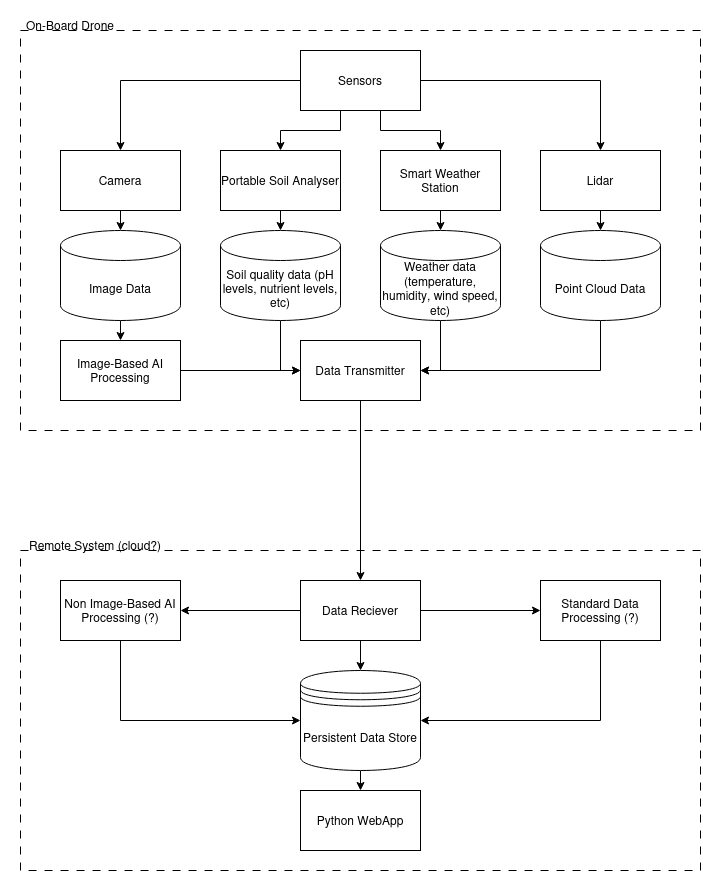
This is documentation/system_design/system_design_v1.drawio.png from Xychic/GPIG_Project, a draw.io export, as it was before one commit. Source tidied: cells renumbered, new cells last; positions are measured from the earlier drawing's top-left corner, leaving out a move shared by most shapes.
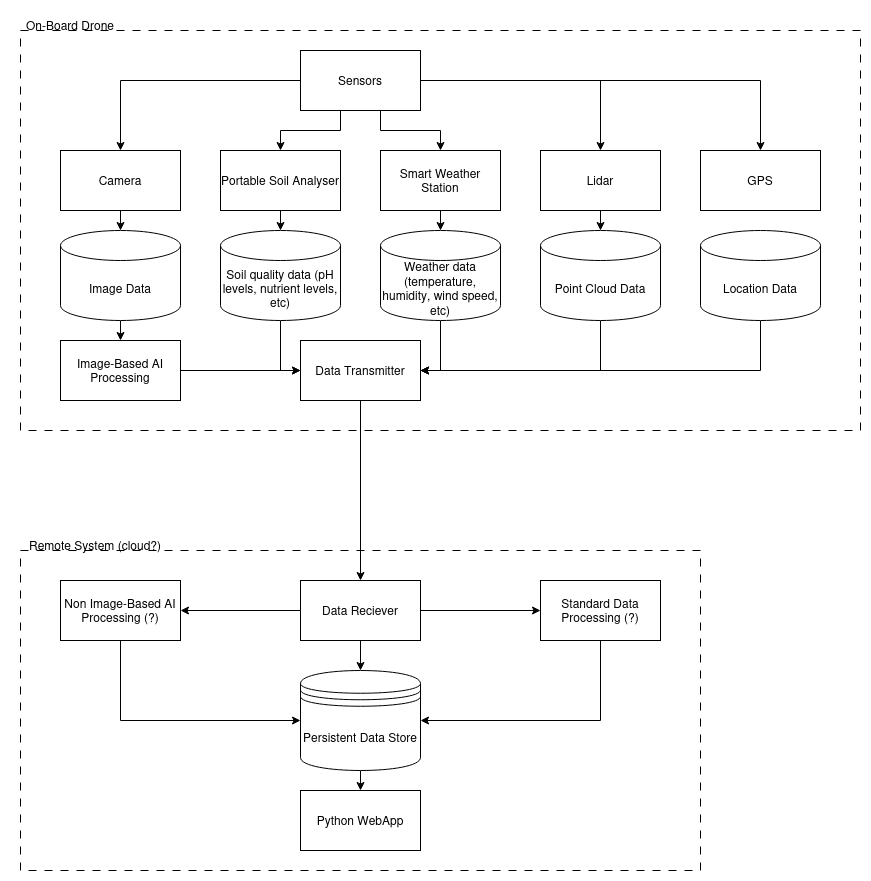
After the change.

Commit message:
feature/added_gps_data

The edit, as a diff of the source:
```diff
@@ -3,7 +3,7 @@
     <mxCell id="0" />
     <mxCell id="1" parent="0" />
     <mxCell id="2" style="rounded=0;whiteSpace=wrap;html=1;dashed=1;dashPattern=8 8;fillColor=none;" parent="1" vertex="1">
-      <mxGeometry x="10" y="20" width="680" height="400" as="geometry" />
+      <mxGeometry x="10" y="20" width="840" height="400" as="geometry" />
     </mxCell>
     <mxCell id="3" style="edgeStyle=orthogonalEdgeStyle;rounded=0;jettySize=auto;html=1;entryX=0.5;entryY=0;entryDx=0;entryDy=0;" parent="1" edge="1" source="7" target="9">
       <mxGeometry relative="1" as="geometry">
@@ -27,6 +27,9 @@
     <mxCell id="6" style="edgeStyle=orthogonalEdgeStyle;rounded=0;jettySize=auto;html=1;entryX=0.5;entryY=0;entryDx=0;entryDy=0;" parent="1" edge="1" source="7" target="8">
       <mxGeometry relative="1" as="geometry" />
     </mxCell>
+    <mxCell id="42" style="edgeStyle=orthogonalEdgeStyle;rounded=0;jettySize=auto;html=1;exitX=1;exitY=0.5;exitDx=0;exitDy=0;entryX=0.5;entryY=0;entryDx=0;entryDy=0;" parent="1" edge="1" source="7" target="43">
+      <mxGeometry relative="1" as="geometry" />
+    </mxCell>
     <mxCell id="7" value="Sensors" style="rounded=0;whiteSpace=wrap;html=1;" parent="1" vertex="1">
       <mxGeometry x="290" y="40" width="120" height="60" as="geometry" />
     </mxCell>
@@ -137,5 +140,14 @@
     <mxCell id="41" value="Python WebApp" style="rounded=0;whiteSpace=wrap;html=1;" parent="1" vertex="1">
       <mxGeometry x="290" y="780" width="120" height="60" as="geometry" />
     </mxCell>
+    <mxCell id="43" value="GPS" style="rounded=0;whiteSpace=wrap;html=1;" parent="1" vertex="1">
+      <mxGeometry x="690" y="140" width="120" height="60" as="geometry" />
+    </mxCell>
+    <mxCell id="44" style="edgeStyle=orthogonalEdgeStyle;rounded=0;jettySize=auto;html=1;exitX=0.5;exitY=1;exitDx=0;exitDy=0;exitPerimeter=0;entryX=1;entryY=0.5;entryDx=0;entryDy=0;" parent="1" edge="1" source="45" target="32">
+      <mxGeometry relative="1" as="geometry" />
+    </mxCell>
+    <mxCell id="45" value="Location Data" style="shape=cylinder3;whiteSpace=wrap;html=1;boundedLbl=1;backgroundOutline=1;size=15;" parent="1" vertex="1">
+      <mxGeometry x="690" y="220" width="120" height="90" as="geometry" />
+    </mxCell>
   </root>
 </mxGraphModel>
```
